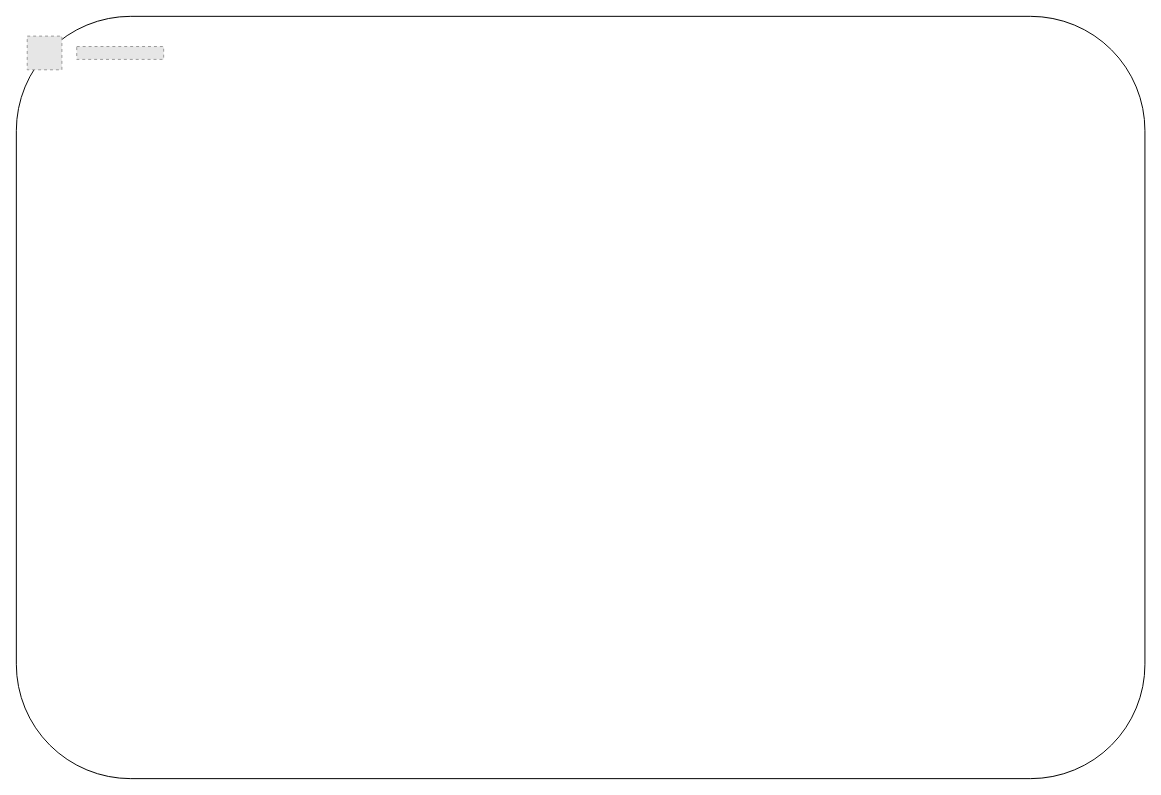
Earlier version of the draw.io diagram kubernetes.drawio (P3dr075/kubernetes). Source tidied: cells renumbered, new cells numbered last; positions are measured from the earlier drawing's top-left corner, leaving out a move shared by most shapes. Both pictures are drawn from the tidied source at 99%, with x=0, y=0 at pixel (16, 16). Pictures stored in the file or linked from it are replaced by grey dashed boxes.
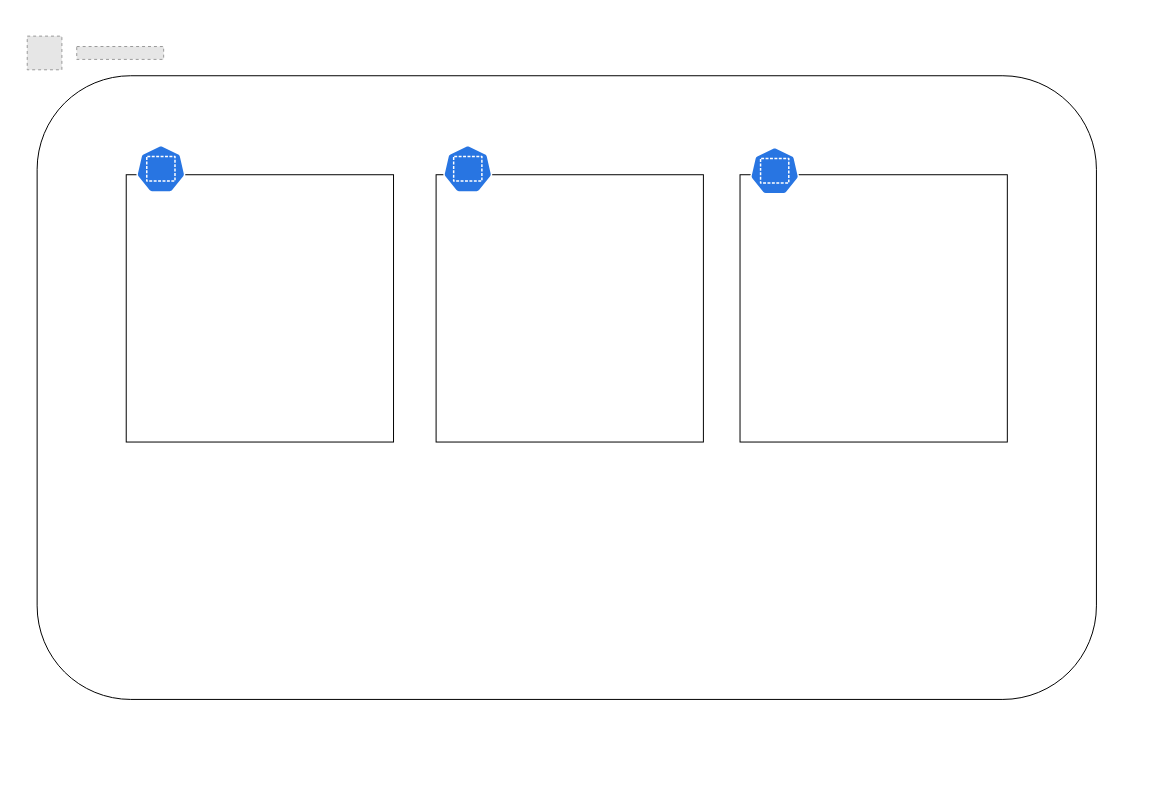
After the change.

Commit message (it also covers changes not shown here):
Mettre à jour kubernetes.drawio

Diff of the diagram source:
```diff
@@
 <mxGraphModel>
   <root>
     <mxCell id="0" />
     <mxCell id="1" parent="0" />
     <mxCell id="2" style="rounded=1;whiteSpace=wrap;html=1;" parent="1" vertex="1">
-      <mxGeometry width="1140" height="770" as="geometry" />
+      <mxGeometry x="21" y="60" width="1070" height="630" as="geometry" />
     </mxCell>
     <mxCell id="3" style="fillColor=#E6E6E6;strokeColor=#999999;dashed=1;verticalLabelPosition=bottom;labelBackgroundColor=#ffffff;verticalAlign=top;" parent="1" vertex="1">
       <mxGeometry x="11" y="20" width="35" height="34" as="geometry" />
     </mxCell>
     <mxCell id="4" style="fillColor=#E6E6E6;strokeColor=#999999;dashed=1;html=1;verticalLabelPosition=bottom;labelBackgroundColor=#ffffff;verticalAlign=top;fontColor=default;" parent="1" vertex="1">
       <mxGeometry x="61" y="30.5" width="87.8" height="13" as="geometry" />
     </mxCell>
+    <mxCell id="5" style="whiteSpace=wrap;html=1;" parent="1" vertex="1">
+      <mxGeometry x="111" y="160" width="270" height="270" as="geometry" />
+    </mxCell>
+    <mxCell id="6" style="whiteSpace=wrap;html=1;" parent="1" vertex="1">
+      <mxGeometry x="424" y="160" width="270" height="270" as="geometry" />
+    </mxCell>
+    <mxCell id="7" style="whiteSpace=wrap;html=1;" parent="1" vertex="1">
+      <mxGeometry x="731" y="160" width="270" height="270" as="geometry" />
+    </mxCell>
+    <mxCell id="8" style="sketch=0;html=1;dashed=0;whitespace=wrap;fillColor=#2875E2;strokeColor=#ffffff;verticalLabelPosition=bottom;align=center;verticalAlign=top;shape=mxgraph.kubernetes.icon;prIcon=ns;" parent="1" vertex="1">
+      <mxGeometry x="121" y="130" width="50" height="48" as="geometry" />
+    </mxCell>
+    <mxCell id="9" style="sketch=0;html=1;dashed=0;whitespace=wrap;fillColor=#2875E2;strokeColor=#ffffff;verticalLabelPosition=bottom;align=center;verticalAlign=top;shape=mxgraph.kubernetes.icon;prIcon=ns;" parent="1" vertex="1">
+      <mxGeometry x="431" y="130" width="50" height="48" as="geometry" />
+    </mxCell>
+    <mxCell id="10" style="sketch=0;html=1;dashed=0;whitespace=wrap;fillColor=#2875E2;strokeColor=#ffffff;verticalLabelPosition=bottom;align=center;verticalAlign=top;shape=mxgraph.kubernetes.icon;prIcon=ns;" parent="1" vertex="1">
+      <mxGeometry x="741" y="132" width="50" height="48" as="geometry" />
+    </mxCell>
   </root>
 </mxGraphModel>
```
